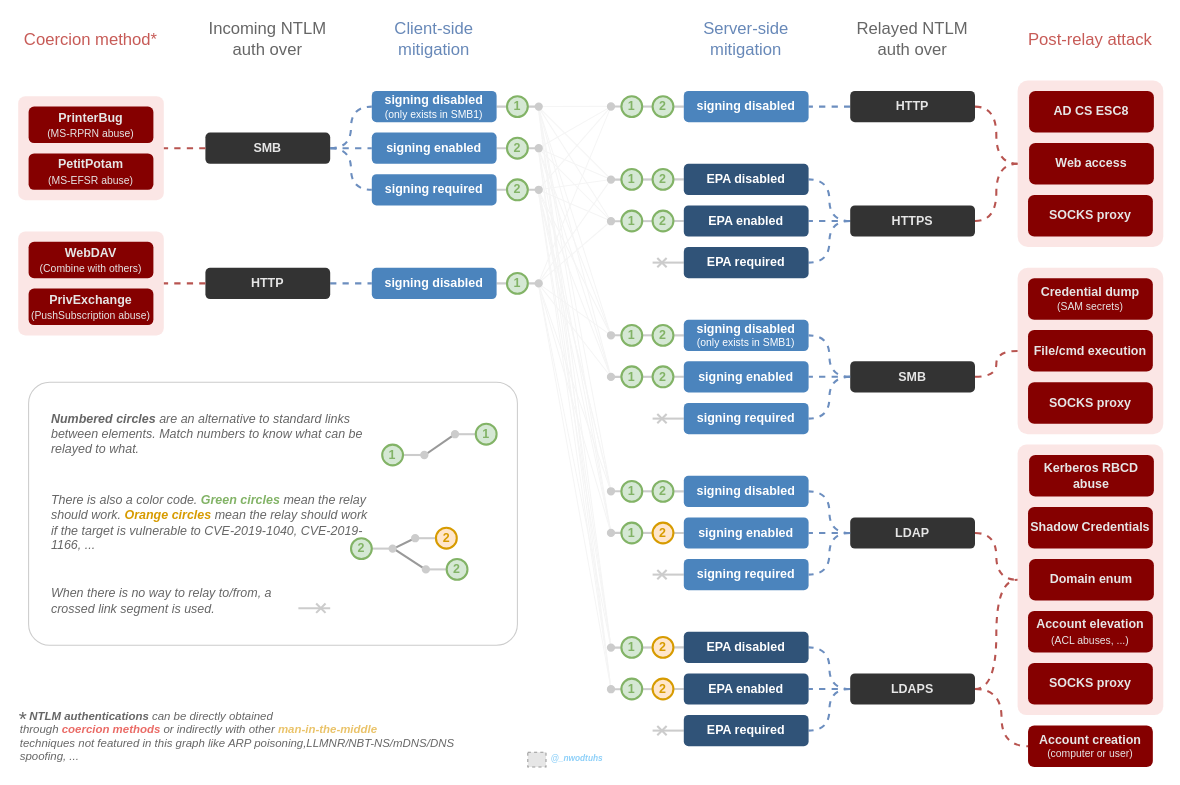
Before: .assets/drawios/NTLM relay.drawio in The-Hacker-Recipes/The-Hacker-Recipes, a draw.io diagram. Source tidied: cells renumbered, new cells numbered last; positions are measured from the earlier drawing's top-left corner, leaving out a move shared by most shapes. Both pictures are drawn from the tidied source at 104%, with x=0, y=0 at pixel (18, 18). Pictures stored in the file or linked from it are replaced by grey dashed boxes.
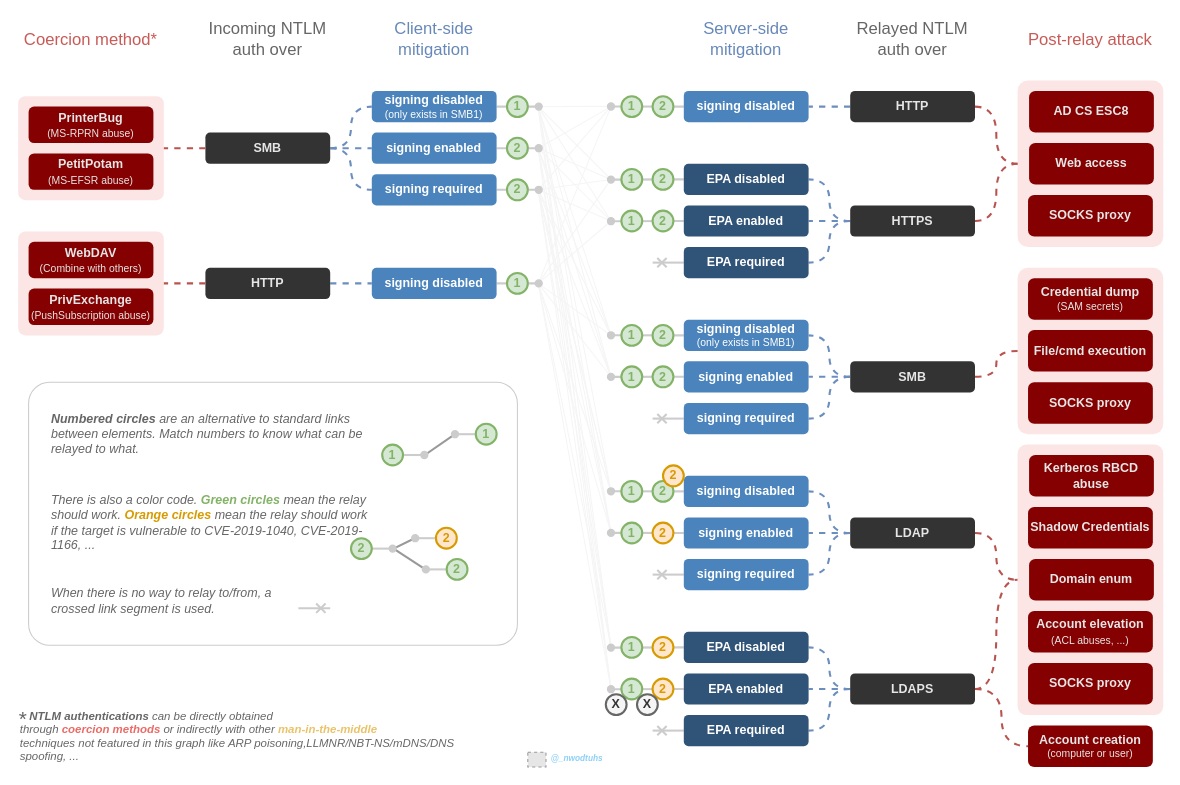
After the change.

The edit, as a diff of the source:
```diff
@@
+    <mxCell id="183" value="2" style="ellipse;whiteSpace=wrap;html=1;strokeWidth=2;fontStyle=1;fillColor=#ffe6cc;strokeColor=#d79b00;fontColor=#D79B00;" parent="1" vertex="1">
+      <mxGeometry x="620" y="430" width="20" height="20" as="geometry" />
+    </mxCell>
+    <mxCell id="184" value="X" style="ellipse;whiteSpace=wrap;html=1;strokeWidth=2;fontStyle=1;fillColor=#f5f5f5;strokeColor=#666666;labelBackgroundColor=none;fontColor=#333333;" parent="1" vertex="1">
+      <mxGeometry x="565" y="650" width="20" height="20" as="geometry" />
+    </mxCell>
+    <mxCell id="185" value="X" style="ellipse;whiteSpace=wrap;html=1;strokeWidth=2;fontStyle=1;fillColor=#f5f5f5;strokeColor=#666666;fontColor=#333333;" parent="1" vertex="1">
+      <mxGeometry x="595" y="650" width="20" height="20" as="geometry" />
+    </mxCell>
```
